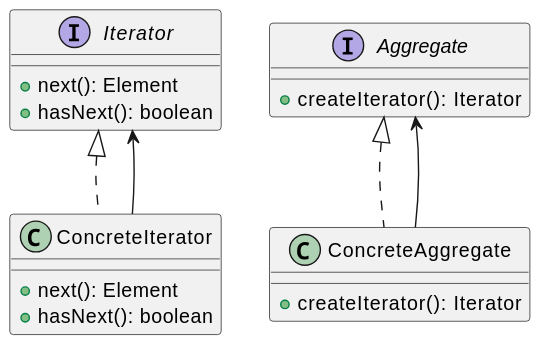
This is out/patterns/iterator/iterator.svg from KubEF/architecture-learn-materials, a PlantUML export, as it was before one commit. Its diagram source:
```plantuml
@startuml
interface Iterator {
    +next(): Element
    +hasNext(): boolean
}

interface Aggregate {
    +createIterator(): Iterator
}

class ConcreteIterator implements Iterator {
    +next(): Element
    +hasNext(): boolean
}

class ConcreteAggregate implements Aggregate {
    +createIterator(): Iterator
}

ConcreteIterator --> Iterator
ConcreteAggregate --> Aggregate
@enduml
```
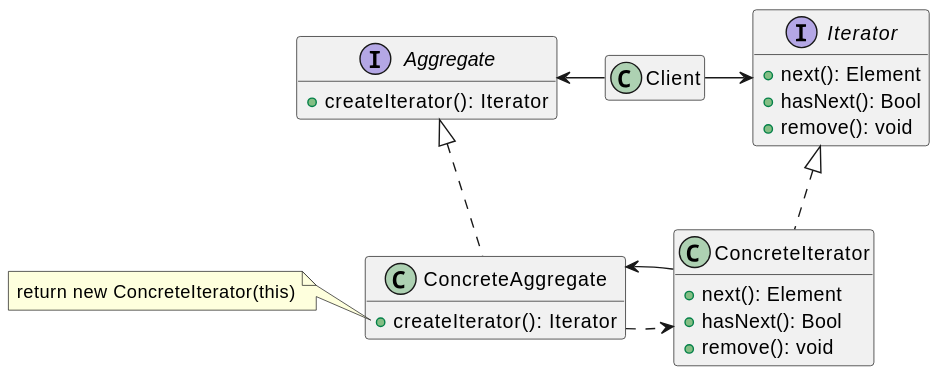
After the commit.

Diff of the diagram source:
```diff
@@ -1,22 +1,35 @@
 @startuml
+hide empty members
+
+class Client{}
+
 interface Iterator {
     +next(): Element
-    +hasNext(): boolean
+    +hasNext(): Bool
+    +remove(): void
 }
 
 interface Aggregate {
     +createIterator(): Iterator
 }
 
+Aggregate <- Client
+Client -> Iterator
+
 class ConcreteIterator implements Iterator {
     +next(): Element
-    +hasNext(): boolean
+    +hasNext(): Bool
+    +remove(): void
 }
 
 class ConcreteAggregate implements Aggregate {
     +createIterator(): Iterator
 }
 
-ConcreteIterator --> Iterator
-ConcreteAggregate --> Aggregate
+note left of ConcreteAggregate::createIterator
+    return new ConcreteIterator(this)
+end note
+
+ConcreteAggregate .> ConcreteIterator
+ConcreteAggregate <- ConcreteIterator
 @enduml
```
